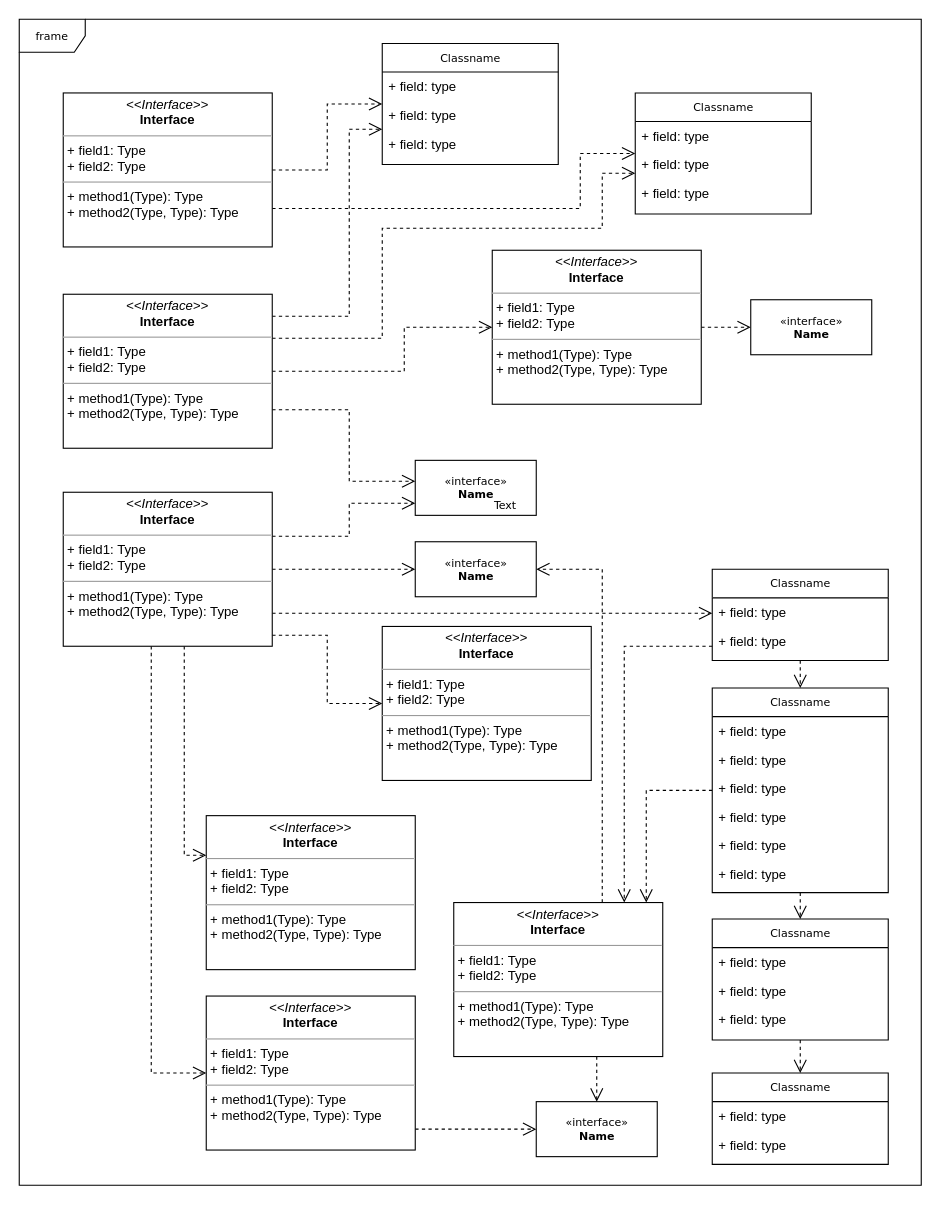
The draw.io diagram Untitled Diagram.drawio in LeonardoavRj/SemanaDevSuperior, before the edit. Source tidied: cells renumbered, new cells numbered last; positions are measured from the earlier drawing's top-left corner, leaving out a move shared by most shapes. Both pictures are drawn from the tidied source at 110%, with x=0, y=0 at pixel (19, 19).
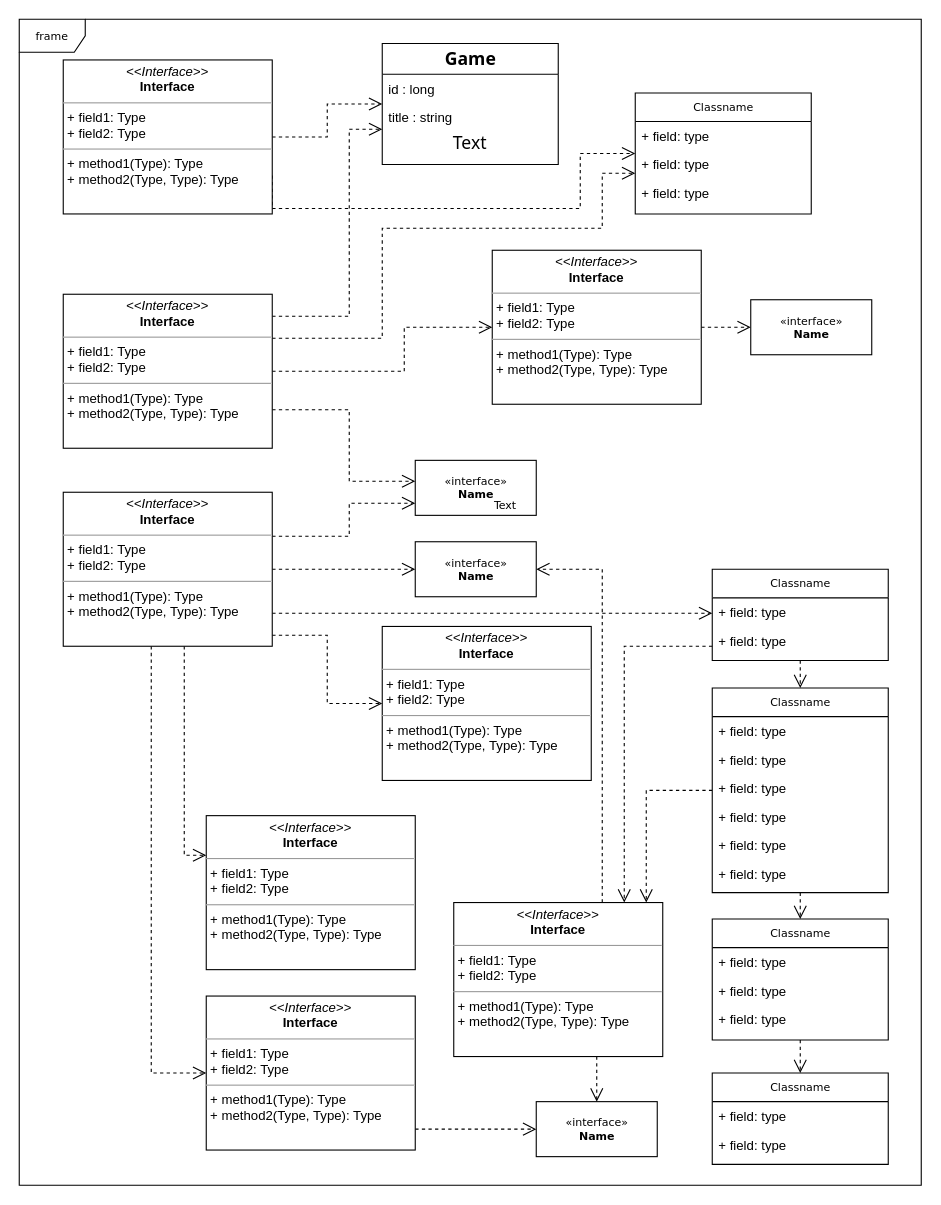
After the change.

What changed in the source:
```diff
@@
-    <mxCell id="12" value="Classname" style="swimlane;html=1;fontStyle=0;horizontal=1;startSize=26;fillColor=none;swimlaneFillColor=#ffffff;rounded=0;shadow=0;comic=0;labelBackgroundColor=none;strokeWidth=1;fontFamily=Verdana;fontSize=10;align=center;" parent="1" vertex="1">
+    <mxCell id="12" value="Game" style="swimlane;html=1;fontStyle=1;horizontal=1;startSize=28;fillColor=none;swimlaneFillColor=#ffffff;rounded=0;shadow=0;comic=0;labelBackgroundColor=none;strokeWidth=1;fontFamily=Tahoma;fontSize=16;align=center;" parent="1" vertex="1">
       <mxGeometry x="330" y="22" width="160" height="110" as="geometry" />
     </mxCell>
-    <mxCell id="13" value="+ field: type" style="text;html=1;strokeColor=none;fillColor=none;align=left;verticalAlign=top;spacingLeft=4;spacingRight=4;whiteSpace=wrap;overflow=hidden;" parent="12" vertex="1">
-      <mxGeometry y="26" width="160" height="26" as="geometry" />
-    </mxCell>
-    <mxCell id="14" value="+ field: type" style="text;html=1;strokeColor=none;fillColor=none;align=left;verticalAlign=top;spacingLeft=4;spacingRight=4;whiteSpace=wrap;overflow=hidden;" parent="12" vertex="1">
-      <mxGeometry y="52" width="160" height="26" as="geometry" />
+    <mxCell id="14" value="id : long" style="text;html=1;strokeColor=none;fillColor=none;align=left;verticalAlign=top;spacingLeft=4;spacingRight=4;whiteSpace=wrap;overflow=hidden;" parent="12" vertex="1">
+      <mxGeometry y="28" width="160" height="26" as="geometry" />
     </mxCell>
-    <mxCell id="15" value="+ field: type" style="text;html=1;strokeColor=none;fillColor=none;align=left;verticalAlign=top;spacingLeft=4;spacingRight=4;whiteSpace=wrap;overflow=hidden;" parent="12" vertex="1">
-      <mxGeometry y="78" width="160" height="26" as="geometry" />
+    <mxCell id="15" value="title : string" style="text;html=1;strokeColor=none;fillColor=none;align=left;verticalAlign=top;spacingLeft=4;spacingRight=4;whiteSpace=wrap;overflow=hidden;" parent="12" vertex="1">
+      <mxGeometry y="54" width="160" height="26" as="geometry" />
     </mxCell>
+    <mxCell id="62" value="Text" style="text;html=1;strokeColor=none;fillColor=none;align=center;verticalAlign=middle;whiteSpace=wrap;rounded=0;fontFamily=Tahoma;fontSize=16;" parent="12" vertex="1">
+      <mxGeometry y="80" width="160" height="20" as="geometry" />
+    </mxCell>
@@
     <mxCell id="48" value="&lt;p style=&quot;margin:0px;margin-top:4px;text-align:center;&quot;&gt;&lt;i&gt;&amp;lt;&amp;lt;Interface&amp;gt;&amp;gt;&lt;/i&gt;&lt;br/&gt;&lt;b&gt;Interface&lt;/b&gt;&lt;/p&gt;&lt;hr size=&quot;1&quot;/&gt;&lt;p style=&quot;margin:0px;margin-left:4px;&quot;&gt;+ field1: Type&lt;br/&gt;+ field2: Type&lt;/p&gt;&lt;hr size=&quot;1&quot;/&gt;&lt;p style=&quot;margin:0px;margin-left:4px;&quot;&gt;+ method1(Type): Type&lt;br/&gt;+ method2(Type, Type): Type&lt;/p&gt;" style="verticalAlign=top;align=left;overflow=fill;fontSize=12;fontFamily=Helvetica;html=1;rounded=0;shadow=0;comic=0;labelBackgroundColor=none;strokeWidth=1;" parent="1" vertex="1">
-      <mxGeometry x="40" y="67" width="190" height="140" as="geometry" />
+      <mxGeometry x="40" y="37" width="190" height="140" as="geometry" />
     </mxCell>
```
